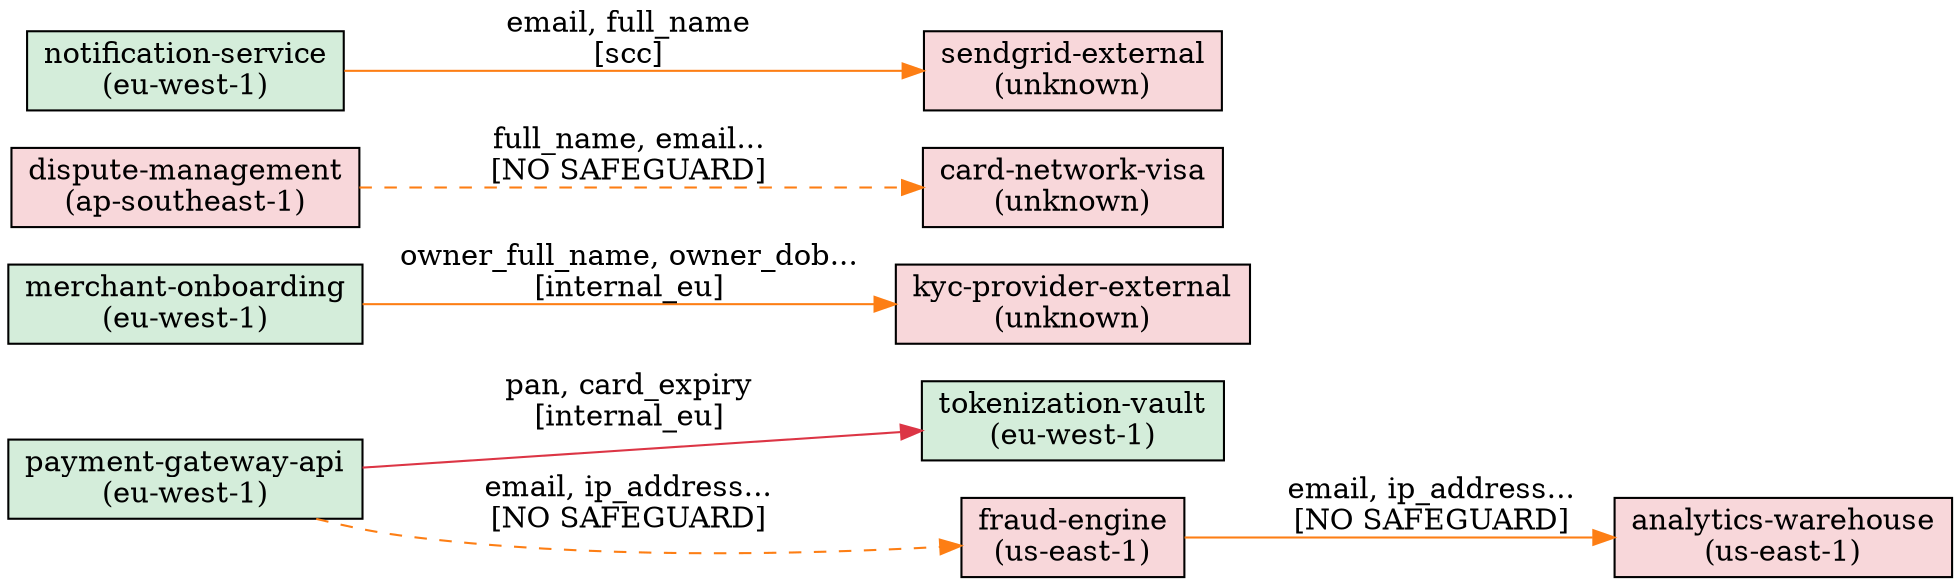
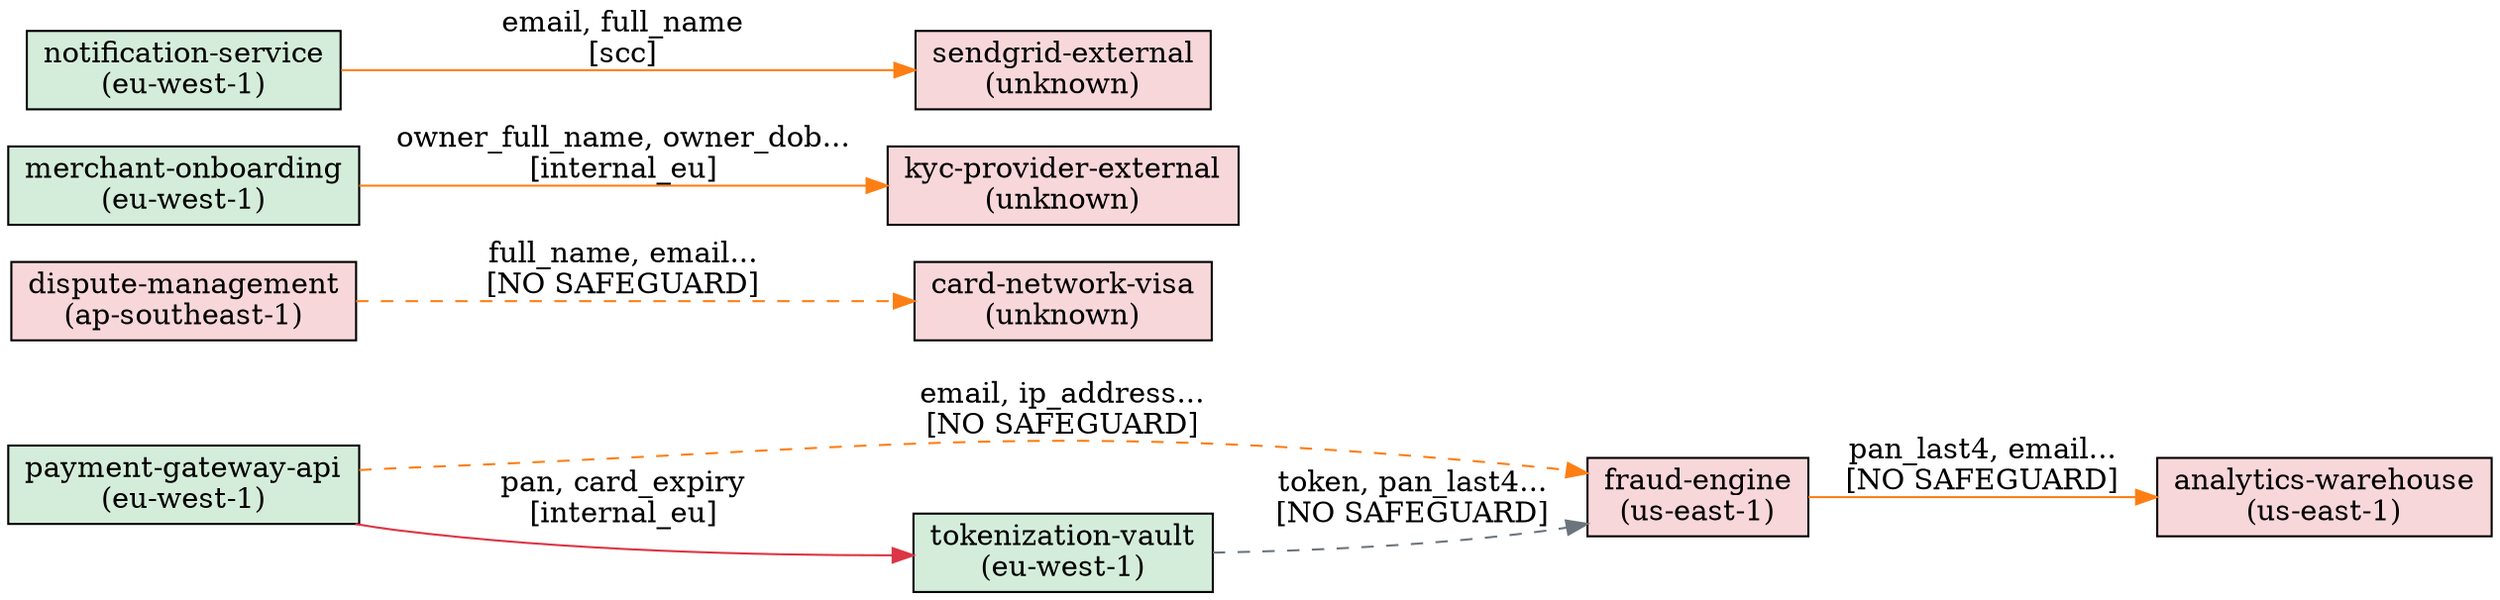
digraph data_flows {
  rankdir=LR;
  node [shape=box, style=filled];

  "payment-gateway-api" [label="payment-gateway-api\n(eu-west-1)", fillcolor="#d4edda"];
+   "card-network-visa" [label="card-network-visa\n(unknown)", fillcolor="#f8d7da"];
+   "analytics-warehouse" [label="analytics-warehouse\n(us-east-1)", fillcolor="#f8d7da"];
+   "fraud-engine" [label="fraud-engine\n(us-east-1)", fillcolor="#f8d7da"];
+   "dispute-management" [label="dispute-management\n(ap-southeast-1)", fillcolor="#f8d7da"];
  "merchant-onboarding" [label="merchant-onboarding\n(eu-west-1)", fillcolor="#d4edda"];
+   "notification-service" [label="notification-service\n(eu-west-1)", fillcolor="#d4edda"];
+   "kyc-provider-external" [label="kyc-provider-external\n(unknown)", fillcolor="#f8d7da"];
  "tokenization-vault" [label="tokenization-vault\n(eu-west-1)", fillcolor="#d4edda"];
-   "dispute-management" [label="dispute-management\n(ap-southeast-1)", fillcolor="#f8d7da"];
-   "kyc-provider-external" [label="kyc-provider-external\n(unknown)", fillcolor="#f8d7da"];
  "sendgrid-external" [label="sendgrid-external\n(unknown)", fillcolor="#f8d7da"];
-   "analytics-warehouse" [label="analytics-warehouse\n(us-east-1)", fillcolor="#f8d7da"];
-   "notification-service" [label="notification-service\n(eu-west-1)", fillcolor="#d4edda"];
-   "fraud-engine" [label="fraud-engine\n(us-east-1)", fillcolor="#f8d7da"];
-   "card-network-visa" [label="card-network-visa\n(unknown)", fillcolor="#f8d7da"];

  "payment-gateway-api" -> "tokenization-vault" [label="pan, card_expiry\n[internal_eu]", color="#dc3545", style=solid];
  "payment-gateway-api" -> "fraud-engine" [label="email, ip_address...\n[NO SAFEGUARD]", color="#fd7e14", style=dashed];
-   "fraud-engine" -> "analytics-warehouse" [label="email, ip_address...\n[NO SAFEGUARD]", color="#fd7e14", style=solid];
+   "tokenization-vault" -> "fraud-engine" [label="token, pan_last4...\n[NO SAFEGUARD]", color="#6c757d", style=dashed];
+   "fraud-engine" -> "analytics-warehouse" [label="pan_last4, email...\n[NO SAFEGUARD]", color="#fd7e14", style=solid];
  "notification-service" -> "sendgrid-external" [label="email, full_name\n[scc]", color="#fd7e14", style=solid];
  "merchant-onboarding" -> "kyc-provider-external" [label="owner_full_name, owner_dob...\n[internal_eu]", color="#fd7e14", style=solid];
  "dispute-management" -> "card-network-visa" [label="full_name, email...\n[NO SAFEGUARD]", color="#fd7e14", style=dashed];
}
